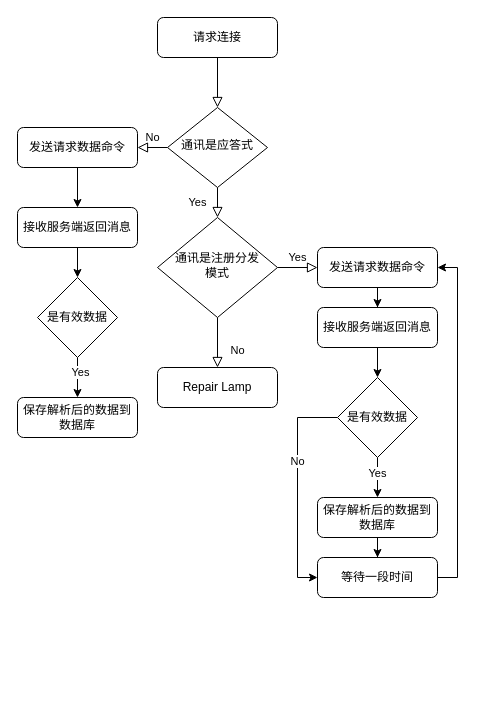
SIGEER2222/1 keeps this draw.io diagram as 未命名绘图.drawio. Above is the earlier version. Source tidied: cells renumbered, new cells numbered last; positions are measured from the earlier drawing's top-left corner, leaving out a move shared by most shapes. Both pictures are drawn from the tidied source at 100%, with x=0, y=0 at pixel (17, 17).
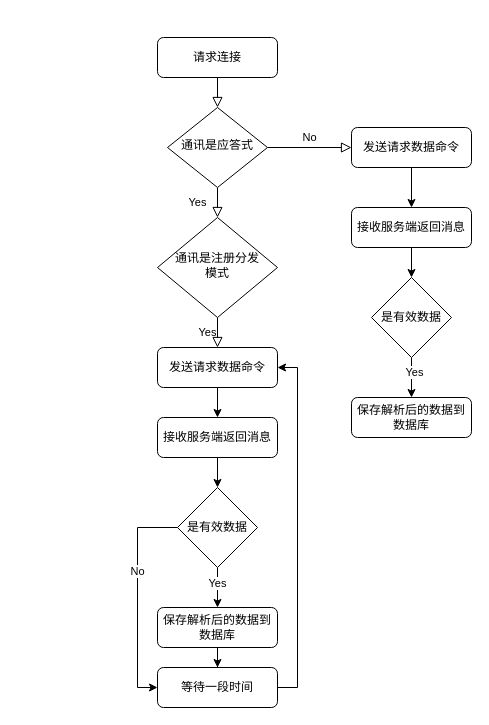
After the change.

Commit message (it also covers changes not shown here):
更新未命名绘图.drawio

The change refers to these unchanged cells:
```xml
<mxCell id="11" value="通讯是注册分发&lt;br&gt;模式" style="rhombus;whiteSpace=wrap;html=1;shadow=0;fontFamily=Helvetica;fontSize=12;align=center;strokeWidth=1;spacing=6;spacingTop=-4;" parent="1" vertex="1">
  <mxGeometry x="140" y="200" width="120" height="100" as="geometry" />
</mxCell>
```

Diff of the diagram source:
```diff
@@
     <mxCell id="3" value="请求连接" style="rounded=1;whiteSpace=wrap;html=1;fontSize=12;glass=0;strokeWidth=1;shadow=0;" parent="1" vertex="1">
-      <mxGeometry x="140" width="120" height="40" as="geometry" />
+      <mxGeometry x="140" y="20" width="120" height="40" as="geometry" />
     </mxCell>
@@
     <mxCell id="8" value="发送请求数据命令" style="rounded=1;whiteSpace=wrap;html=1;fontSize=12;glass=0;strokeWidth=1;shadow=0;" parent="1" vertex="1">
-      <mxGeometry y="110" width="120" height="40" as="geometry" />
+      <mxGeometry x="334" y="110" width="120" height="40" as="geometry" />
     </mxCell>
-    <mxCell id="9" value="No" style="rounded=0;html=1;jettySize=auto;fontSize=11;endArrow=block;endFill=0;endSize=8;strokeWidth=1;shadow=0;labelBackgroundColor=none;edgeStyle=orthogonalEdgeStyle;" parent="1" edge="1" source="11" target="12">
-      <mxGeometry x="0.33" y="20" relative="1" as="geometry" />
-    </mxCell>
@@
-    <mxCell id="12" value="Repair Lamp" style="rounded=1;whiteSpace=wrap;html=1;fontSize=12;glass=0;strokeWidth=1;shadow=0;" parent="1" vertex="1">
-      <mxGeometry x="140" y="350" width="120" height="40" as="geometry" />
-    </mxCell>
@@
     <mxCell id="14" value="发送请求数据命令" style="rounded=1;whiteSpace=wrap;html=1;fontSize=12;glass=0;strokeWidth=1;shadow=0;" parent="1" vertex="1">
-      <mxGeometry x="300" y="230" width="120" height="40" as="geometry" />
+      <mxGeometry x="140" y="330" width="120" height="40" as="geometry" />
     </mxCell>
@@
     <mxCell id="16" value="接收服务端返回消息" style="whiteSpace=wrap;html=1;rounded=1;glass=0;strokeWidth=1;shadow=0;" parent="1" vertex="1">
-      <mxGeometry x="300" y="290" width="120" height="40" as="geometry" />
+      <mxGeometry x="140" y="400" width="120" height="40" as="geometry" />
     </mxCell>
@@
     <mxCell id="18" value="保存解析后的数据到数据库" style="whiteSpace=wrap;html=1;rounded=1;glass=0;strokeWidth=1;shadow=0;" parent="1" vertex="1">
-      <mxGeometry x="300" y="480" width="120" height="40" as="geometry" />
+      <mxGeometry x="140" y="590" width="120" height="40" as="geometry" />
     </mxCell>
     <mxCell id="19" style="edgeStyle=orthogonalEdgeStyle;rounded=0;jettySize=auto;html=1;entryX=1;entryY=0.5;entryDx=0;entryDy=0;" parent="1" edge="1" source="20" target="14">
       <mxGeometry relative="1" as="geometry">
         <Array as="points">
-          <mxPoint x="440" y="560" />
-          <mxPoint x="440" y="250" />
+          <mxPoint x="280" y="670" />
+          <mxPoint x="280" y="350" />
         </Array>
       </mxGeometry>
     </mxCell>
     <mxCell id="20" value="等待一段时间" style="whiteSpace=wrap;html=1;rounded=1;glass=0;strokeWidth=1;shadow=0;" parent="1" vertex="1">
-      <mxGeometry x="300" y="540" width="120" height="40" as="geometry" />
+      <mxGeometry x="140" y="650" width="120" height="40" as="geometry" />
     </mxCell>
@@
     <mxCell id="22" value="接收服务端返回消息" style="whiteSpace=wrap;html=1;rounded=1;glass=0;strokeWidth=1;shadow=0;" parent="1" vertex="1">
-      <mxGeometry y="190" width="120" height="40" as="geometry" />
+      <mxGeometry x="334" y="190" width="120" height="40" as="geometry" />
     </mxCell>
     <mxCell id="23" value="保存解析后的数据到数据库" style="whiteSpace=wrap;html=1;rounded=1;glass=0;strokeWidth=1;shadow=0;" parent="1" vertex="1">
-      <mxGeometry y="380" width="120" height="40" as="geometry" />
+      <mxGeometry x="334" y="380" width="120" height="40" as="geometry" />
     </mxCell>
@@
     <mxCell id="26" style="edgeStyle=orthogonalEdgeStyle;rounded=0;jettySize=auto;html=1;entryX=0;entryY=0.5;entryDx=0;entryDy=0;" parent="1" edge="1" source="28" target="20">
       <mxGeometry relative="1" as="geometry">
         <Array as="points">
-          <mxPoint x="280" y="400" />
-          <mxPoint x="280" y="560" />
+          <mxPoint x="120" y="510" />
+          <mxPoint x="120" y="670" />
         </Array>
       </mxGeometry>
     </mxCell>
@@
     <mxCell id="28" value="是有效数据" style="rhombus;whiteSpace=wrap;html=1;" parent="1" vertex="1">
-      <mxGeometry x="320" y="360" width="80" height="80" as="geometry" />
+      <mxGeometry x="160" y="470" width="80" height="80" as="geometry" />
     </mxCell>
@@
     <mxCell id="31" value="是有效数据" style="rhombus;whiteSpace=wrap;html=1;" parent="1" vertex="1">
-      <mxGeometry x="20" y="260" width="80" height="80" as="geometry" />
+      <mxGeometry x="354" y="260" width="80" height="80" as="geometry" />
     </mxCell>
```
